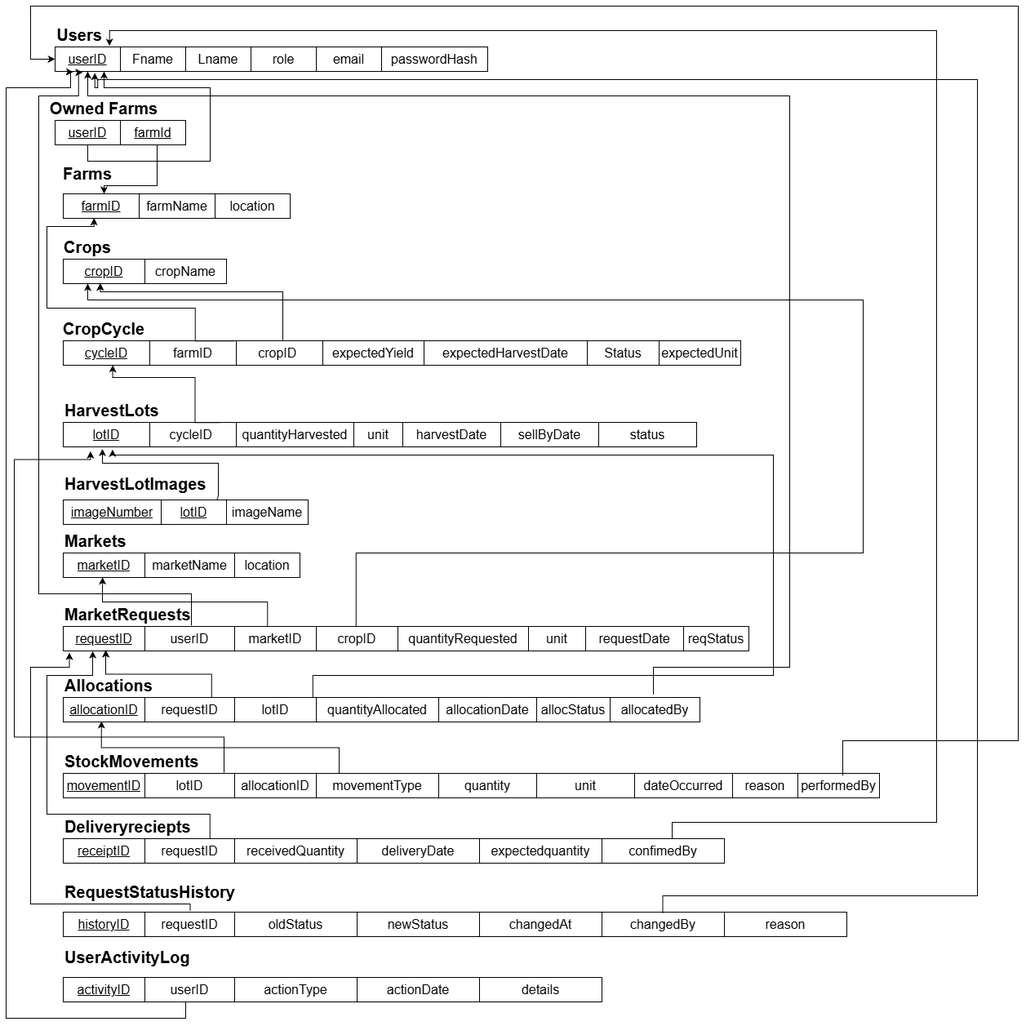
This is database design/projectSchema.png from tehsin-shaik/HarvestLink, a draw.io export, as it was before one commit. Source tidied: cells renumbered, new cells last; positions are measured from the earlier drawing's top-left corner, leaving out a move shared by most shapes.
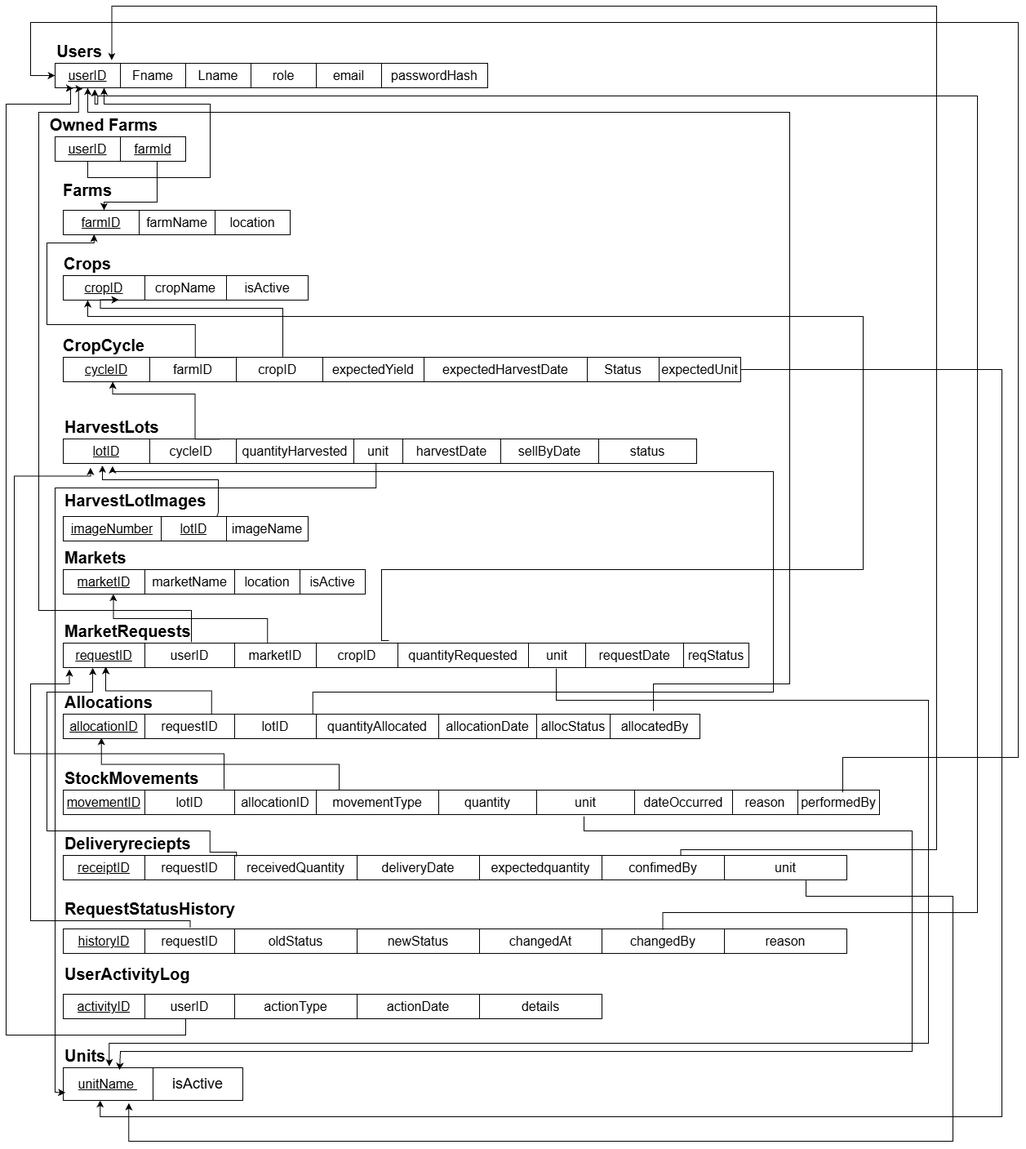
The same file after the commit.

Commit message:
docs: update database schema and relational diagram

- Update the SQL schema and corresponding relational schema diagram.
- Document the latest database structure.

Diff of the diagram source:
```diff
@@ -111,10 +111,10 @@
       <mxGeometry x="200" width="100" height="30" as="geometry" />
     </mxCell>
     <mxCell id="38" style="shape=table;tableRender=collapsed;startSize=0;fontSize=16;fontStyle=0;" parent="1" vertex="1">
-      <mxGeometry x="70" y="670" width="290" height="30" as="geometry" />
+      <mxGeometry x="70" y="670" width="370" height="30" as="geometry" />
     </mxCell>
     <mxCell id="39" style="shape=tableRow;horizontal=0;startSize=0;swimlaneHead=0;swimlaneBody=0;strokeColor=inherit;fillColor=none;points=[[0,0.5],[1,0.5]];portConstraint=eastwest;fontSize=16;" parent="38" vertex="1">
-      <mxGeometry width="290" height="30" as="geometry" />
+      <mxGeometry width="370" height="30" as="geometry" />
     </mxCell>
     <mxCell id="40" value="marketID" style="shape=partialRectangle;html=1;whiteSpace=wrap;strokeColor=inherit;overflow=hidden;fillColor=none;fontSize=16;fontStyle=4;" parent="39" vertex="1">
       <mxGeometry width="100" height="30" as="geometry" />
@@ -125,11 +125,14 @@
     <mxCell id="42" value="location" style="shape=partialRectangle;html=1;whiteSpace=wrap;strokeColor=inherit;overflow=hidden;fillColor=none;fontSize=16;" parent="39" vertex="1">
       <mxGeometry x="210" width="80" height="30" as="geometry" />
     </mxCell>
+    <mxCell id="139" value="isActive" style="shape=partialRectangle;html=1;whiteSpace=wrap;strokeColor=inherit;overflow=hidden;fillColor=none;fontSize=16;" parent="39" vertex="1">
+      <mxGeometry x="290" width="80" height="30" as="geometry" />
+    </mxCell>
     <mxCell id="43" style="shape=table;tableRender=collapsed;startSize=0;fontSize=16;fontStyle=0;" parent="1" vertex="1">
-      <mxGeometry x="70" y="310" width="200" height="30" as="geometry" />
+      <mxGeometry x="70" y="310" width="300" height="30" as="geometry" />
     </mxCell>
     <mxCell id="44" style="shape=tableRow;horizontal=0;startSize=0;swimlaneHead=0;swimlaneBody=0;strokeColor=inherit;fillColor=none;points=[[0,0.5],[1,0.5]];portConstraint=eastwest;fontSize=16;" parent="43" vertex="1">
-      <mxGeometry width="200" height="30" as="geometry" />
+      <mxGeometry width="300" height="30" as="geometry" />
     </mxCell>
     <mxCell id="45" value="cropID" style="shape=partialRectangle;html=1;whiteSpace=wrap;strokeColor=inherit;overflow=hidden;fillColor=none;fontSize=16;fontStyle=4;" parent="44" vertex="1">
       <mxGeometry width="100" height="30" as="geometry" />
@@ -137,6 +140,9 @@
     <mxCell id="46" value="cropName" style="shape=partialRectangle;html=1;whiteSpace=wrap;strokeColor=inherit;overflow=hidden;fillColor=none;fontSize=16;" parent="44" vertex="1">
       <mxGeometry x="100" width="100" height="30" as="geometry" />
     </mxCell>
+    <mxCell id="140" value="isActive" style="shape=partialRectangle;html=1;whiteSpace=wrap;strokeColor=inherit;overflow=hidden;fillColor=none;fontSize=16;" parent="44" vertex="1">
+      <mxGeometry x="200" width="100" height="30" as="geometry" />
+    </mxCell>
     <mxCell id="47" style="shape=table;tableRender=collapsed;startSize=0;fontSize=16;fontStyle=0;" parent="1" vertex="1">
       <mxGeometry x="70" y="760" width="840" height="30" as="geometry" />
     </mxCell>
@@ -228,10 +234,10 @@
       <mxGeometry x="900" width="100" height="30" as="geometry" />
     </mxCell>
     <mxCell id="77" style="shape=table;tableRender=collapsed;startSize=0;fontSize=16;fontStyle=0;" parent="1" vertex="1">
-      <mxGeometry x="70" y="1020" width="810" height="30" as="geometry" />
+      <mxGeometry x="70" y="1020" width="960" height="30" as="geometry" />
     </mxCell>
     <mxCell id="78" style="shape=tableRow;horizontal=0;startSize=0;swimlaneHead=0;swimlaneBody=0;strokeColor=inherit;fillColor=none;points=[[0,0.5],[1,0.5]];portConstraint=eastwest;fontSize=16;" parent="77" vertex="1">
-      <mxGeometry width="810" height="30" as="geometry" />
+      <mxGeometry width="960" height="30" as="geometry" />
     </mxCell>
     <mxCell id="79" value="receiptID" style="shape=partialRectangle;html=1;whiteSpace=wrap;strokeColor=inherit;overflow=hidden;fillColor=none;fontSize=16;fontStyle=4;" parent="78" vertex="1">
       <mxGeometry width="100" height="30" as="geometry" />
@@ -251,6 +257,9 @@
     <mxCell id="84" value="confimedBy" style="shape=partialRectangle;html=1;whiteSpace=wrap;strokeColor=inherit;overflow=hidden;fillColor=none;fontSize=16;" parent="78" vertex="1">
       <mxGeometry x="660" width="150" height="30" as="geometry" />
     </mxCell>
+    <mxCell id="141" value="unit" style="shape=partialRectangle;html=1;whiteSpace=wrap;strokeColor=inherit;overflow=hidden;fillColor=none;fontSize=16;" parent="78" vertex="1">
+      <mxGeometry x="810" width="150" height="30" as="geometry" />
+    </mxCell>
     <mxCell id="85" style="edgeStyle=orthogonalEdgeStyle;rounded=0;jettySize=auto;html=1;defaultLabelBackgroundColor=page;endArrow=none;endFill=0;startArrow=classic;startFill=1;entryX=0.243;entryY=1.019;entryDx=0;entryDy=0;entryPerimeter=0;" parent="1" edge="1" source="3" target="111">
       <mxGeometry x="-0.53" relative="1" as="geometry">
         <Array as="points">
@@ -302,13 +311,14 @@
         </Array>
       </mxGeometry>
     </mxCell>
-    <mxCell id="91" style="edgeStyle=orthogonalEdgeStyle;rounded=0;jettySize=auto;html=1;entryX=0.222;entryY=-0.013;entryDx=0;entryDy=0;entryPerimeter=0;defaultLabelBackgroundColor=page;exitX=0.043;exitY=1.01;exitDx=0;exitDy=0;exitPerimeter=0;startArrow=classic;startFill=1;endArrow=none;endFill=0;" parent="1" edge="1" source="48" target="78">
-      <mxGeometry x="-0.04" relative="1" as="geometry">
+    <mxCell id="91" style="edgeStyle=orthogonalEdgeStyle;rounded=0;jettySize=auto;html=1;entryX=0.221;entryY=0.048;entryDx=0;entryDy=0;entryPerimeter=0;defaultLabelBackgroundColor=page;exitX=0.043;exitY=1.01;exitDx=0;exitDy=0;exitPerimeter=0;startArrow=classic;startFill=1;endArrow=none;endFill=0;" parent="1" edge="1" source="48" target="78">
+      <mxGeometry x="0.26" relative="1" as="geometry">
         <Array as="points">
           <mxPoint x="106.1" y="820" />
           <mxPoint x="50" y="820" />
           <mxPoint x="50" y="990" />
           <mxPoint x="249.8" y="990" />
+          <mxPoint x="249.8" y="1016" />
         </Array>
       </mxGeometry>
     </mxCell>
@@ -371,23 +381,24 @@
         </Array>
       </mxGeometry>
     </mxCell>
-    <mxCell id="107" style="edgeStyle=orthogonalEdgeStyle;rounded=0;jettySize=auto;html=1;entryX=1.111;entryY=0.967;entryDx=0;entryDy=0;entryPerimeter=0;defaultLabelBackgroundColor=page;exitX=0.921;exitY=0.009;exitDx=0;exitDy=0;exitPerimeter=0;" parent="1" edge="1" source="78" target="93">
-      <mxGeometry x="0.11" relative="1" as="geometry">
+    <mxCell id="107" style="edgeStyle=orthogonalEdgeStyle;rounded=0;jettySize=auto;html=1;defaultLabelBackgroundColor=page;exitX=0.788;exitY=0;exitDx=0;exitDy=0;exitPerimeter=0;entryX=0.131;entryY=-0.12;entryDx=0;entryDy=0;entryPerimeter=0;" parent="1" edge="1" source="78" target="3">
+      <mxGeometry x="-0.68" relative="1" as="geometry">
         <Array as="points">
-          <mxPoint x="816" y="1000" />
-          <mxPoint x="1140" y="1000" />
-          <mxPoint x="1140" y="30" />
-          <mxPoint x="126.7" y="30" />
+          <mxPoint x="826.5" y="1012.9" />
+          <mxPoint x="1140" y="1012.9" />
+          <mxPoint x="1140" y="-20" />
+          <mxPoint x="129.4" y="-20" />
         </Array>
       </mxGeometry>
     </mxCell>
-    <mxCell id="108" style="edgeStyle=orthogonalEdgeStyle;rounded=0;jettySize=auto;html=1;defaultLabelBackgroundColor=page;startArrow=classic;startFill=1;endArrow=none;endFill=0;entryX=0.427;entryY=0.008;entryDx=0;entryDy=0;entryPerimeter=0;" parent="1" edge="1" source="43" target="48">
-      <mxGeometry x="0.19" relative="1" as="geometry">
+    <mxCell id="108" style="edgeStyle=orthogonalEdgeStyle;rounded=0;jettySize=auto;html=1;defaultLabelBackgroundColor=page;startArrow=classic;startFill=1;endArrow=none;endFill=0;entryX=0.475;entryY=-0.101;entryDx=0;entryDy=0;entryPerimeter=0;" parent="1" edge="1" source="43" target="48">
+      <mxGeometry x="0.2" relative="1" as="geometry">
         <Array as="points">
           <mxPoint x="100" y="360" />
           <mxPoint x="1050" y="360" />
           <mxPoint x="1050" y="670" />
-          <mxPoint x="428.7" y="670" />
+          <mxPoint x="460" y="670" />
+          <mxPoint x="460" y="757" />
         </Array>
       </mxGeometry>
     </mxCell>
@@ -532,5 +543,69 @@
         </Array>
       </mxGeometry>
     </mxCell>
+    <mxCell id="142" value="&lt;span style=&quot;font-size: 20px;&quot;&gt;&lt;b&gt;Units&lt;/b&gt;&lt;/span&gt;" style="text;html=1;whiteSpace=wrap;strokeColor=none;fillColor=none;align=left;verticalAlign=middle;rounded=0;" parent="1" vertex="1">
+      <mxGeometry x="70" y="1250" width="40" height="30" as="geometry" />
+    </mxCell>
+    <mxCell id="143" style="shape=table;startSize=0;fixedHeader=1;tableRender=collapsed;" parent="1" vertex="1">
+      <mxGeometry x="70" y="1280" width="220" height="40" as="geometry" />
+    </mxCell>
+    <mxCell id="144" style="shape=tableRow;horizontal=0;startSize=0;swimlaneHead=0;swimlaneBody=0;strokeColor=inherit;fillColor=none;points=[[0,0.5],[1,0.5]];portConstraint=eastwest;fixedHeader=1;" parent="143" vertex="1">
+      <mxGeometry width="220" height="40" as="geometry" />
+    </mxCell>
+    <mxCell id="145" value="&lt;span style=&quot;font-size: 16px; text-decoration: underline;&quot;&gt;unitName&amp;nbsp;&lt;/span&gt;" style="shape=partialRectangle;html=1;whiteSpace=wrap;strokeColor=inherit;overflow=hidden;fillColor=none;" parent="144" vertex="1">
+      <mxGeometry width="110" height="40" as="geometry" />
+    </mxCell>
+    <mxCell id="146" value="&lt;font style=&quot;font-size: 18px;&quot;&gt;isActive&lt;/font&gt;" style="shape=partialRectangle;html=1;whiteSpace=wrap;strokeColor=inherit;overflow=hidden;fillColor=none;" parent="144" vertex="1">
+      <mxGeometry x="110" width="110" height="40" as="geometry" />
+    </mxCell>
+    <mxCell id="147" style="endArrow=classic;html=1;rounded=0;defaultLabelBackgroundColor=page;labelPadding=0 4;entryX=0.314;entryY=0.074;entryDx=0;entryDy=0;entryPerimeter=0;exitX=0.638;exitY=1.074;exitDx=0;exitDy=0;exitPerimeter=0;" parent="1" edge="1" source="67" target="144">
+      <mxGeometry relative="1" as="geometry">
+        <Array as="points">
+          <mxPoint x="708" y="990" />
+          <mxPoint x="1110" y="990" />
+          <mxPoint x="1110" y="1260" />
+          <mxPoint x="140" y="1260" />
+        </Array>
+      </mxGeometry>
+    </mxCell>
+    <mxCell id="148" style="endArrow=classic;html=1;rounded=0;defaultLabelBackgroundColor=page;labelPadding=0 4;entryX=0.256;entryY=-0.042;entryDx=0;entryDy=0;entryPerimeter=0;exitX=0.719;exitY=1.045;exitDx=0;exitDy=0;exitPerimeter=0;" parent="1" edge="1" source="48" target="144">
+      <mxGeometry x="-0.01" relative="1" as="geometry">
+        <Array as="points">
+          <mxPoint x="674" y="830" />
+          <mxPoint x="1130" y="830" />
+          <mxPoint x="1130" y="1250" />
+          <mxPoint x="126.3" y="1250" />
+        </Array>
+      </mxGeometry>
+    </mxCell>
+    <mxCell id="149" style="endArrow=classic;html=1;rounded=0;defaultLabelBackgroundColor=page;labelPadding=0 4;entryX=0.012;entryY=0.765;entryDx=0;entryDy=0;exitX=0.494;exitY=0.975;exitDx=0;exitDy=0;exitPerimeter=0;entryPerimeter=0;" parent="1" edge="1" source="25" target="144">
+      <mxGeometry x="-0.01" relative="1" as="geometry">
+        <Array as="points">
+          <mxPoint x="453.3" y="570" />
+          <mxPoint x="60" y="570" />
+          <mxPoint x="60" y="1250" />
+          <mxPoint x="60" y="1310" />
+        </Array>
+      </mxGeometry>
+    </mxCell>
+    <mxCell id="150" style="endArrow=classic;html=1;rounded=0;defaultLabelBackgroundColor=page;labelPadding=0 4;entryX=0.206;entryY=0.996;entryDx=0;entryDy=0;entryPerimeter=0;exitX=1;exitY=0.5;exitDx=0;exitDy=0;" parent="1" edge="1" source="16" target="144">
+      <mxGeometry x="0.1" relative="1" as="geometry">
+        <Array as="points">
+          <mxPoint x="1220" y="425" />
+          <mxPoint x="1220" y="1340" />
+          <mxPoint x="115.3" y="1340" />
+        </Array>
+      </mxGeometry>
+    </mxCell>
+    <mxCell id="151" style="endArrow=classic;html=1;rounded=0;defaultLabelBackgroundColor=page;labelPadding=0 4;exitX=0.948;exitY=1.025;exitDx=0;exitDy=0;exitPerimeter=0;entryX=0.365;entryY=1.078;entryDx=0;entryDy=0;entryPerimeter=0;" parent="1" edge="1" source="78" target="144">
+      <mxGeometry x="-0.45" relative="1" as="geometry">
+        <Array as="points">
+          <mxPoint x="980.1" y="1070" />
+          <mxPoint x="1160" y="1070" />
+          <mxPoint x="1160" y="1370" />
+          <mxPoint x="150.3" y="1370" />
+        </Array>
+      </mxGeometry>
+    </mxCell>
   </root>
 </mxGraphModel>
```
